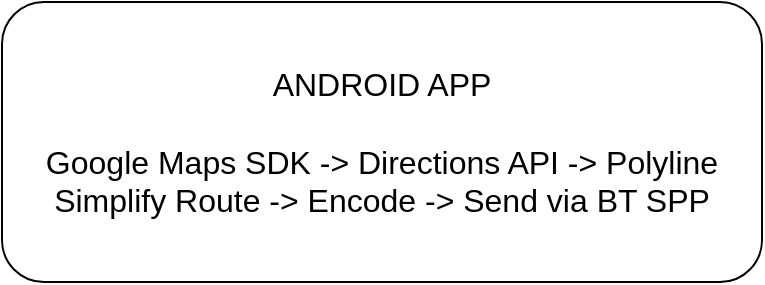
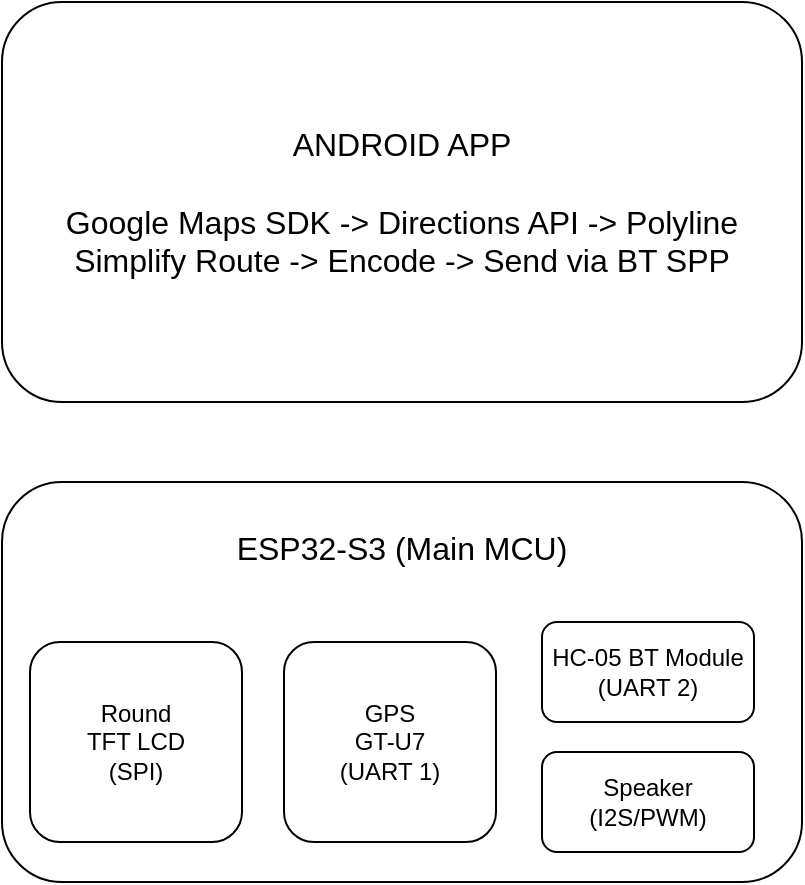
<mxfile host="app.diagrams.net">
  <diagram name="Trang-1" id="RqD0yorwkCVwHoOlSuxU">
    <mxGraphModel dx="1414" dy="831" grid="1" gridSize="10" guides="1" tooltips="1" connect="1" arrows="1" fold="1" page="1" pageScale="1" pageWidth="827" pageHeight="1169" math="0" shadow="0">
      <root>
        <mxCell id="0" />
        <mxCell id="1" parent="0" />
        <mxCell id="1PpwIGqXDAiouIa2ZDMm-1" parent="1" style="rounded=1;whiteSpace=wrap;html=1;" value="&lt;font style=&quot;font-size: 16px;&quot;&gt;ANDROID APP&lt;/font&gt;&lt;div&gt;&lt;font style=&quot;font-size: 16px;&quot;&gt;&lt;br&gt;&lt;/font&gt;&lt;div&gt;&lt;font style=&quot;font-size: 16px;&quot;&gt;Google Maps SDK -&amp;gt; Directions API -&amp;gt; Polyline&lt;/font&gt;&lt;/div&gt;&lt;/div&gt;&lt;div&gt;&lt;font style=&quot;font-size: 16px;&quot;&gt;Simplify Route -&amp;gt; Encode -&amp;gt; Send via BT SPP&lt;/font&gt;&lt;/div&gt;" vertex="1">
-           <mxGeometry height="140" width="380" x="280" y="180" as="geometry" />
+           <mxGeometry height="200" width="400" x="280" y="160" as="geometry" />
+         </mxCell>
+         <mxCell id="agEzfthz6UlqiVXz9fBP-3" parent="1" style="rounded=1;whiteSpace=wrap;html=1;" value="&lt;span style=&quot;font-size: 16px;&quot;&gt;ESP32-S3 (Main MCU)&lt;/span&gt;&lt;div&gt;&lt;span style=&quot;font-size: 16px;&quot;&gt;&lt;br&gt;&lt;/span&gt;&lt;/div&gt;&lt;div&gt;&lt;span style=&quot;font-size: 16px;&quot;&gt;&lt;br&gt;&lt;/span&gt;&lt;/div&gt;&lt;div&gt;&lt;span style=&quot;font-size: 16px;&quot;&gt;&lt;br&gt;&lt;/span&gt;&lt;/div&gt;&lt;div&gt;&lt;span style=&quot;font-size: 16px;&quot;&gt;&lt;br&gt;&lt;/span&gt;&lt;/div&gt;&lt;div&gt;&lt;span style=&quot;font-size: 16px;&quot;&gt;&lt;br&gt;&lt;/span&gt;&lt;/div&gt;&lt;div&gt;&lt;span style=&quot;font-size: 16px;&quot;&gt;&lt;br&gt;&lt;/span&gt;&lt;/div&gt;&lt;div&gt;&lt;span style=&quot;font-size: 16px;&quot;&gt;&lt;br&gt;&lt;/span&gt;&lt;/div&gt;" vertex="1">
+           <mxGeometry height="200" width="400" x="280" y="400" as="geometry" />
+         </mxCell>
+         <mxCell id="agEzfthz6UlqiVXz9fBP-4" parent="1" style="rounded=1;whiteSpace=wrap;html=1;" value="Round&lt;div&gt;TFT LCD&lt;/div&gt;&lt;div&gt;(SPI)&lt;/div&gt;" vertex="1">
+           <mxGeometry height="100" width="106" x="294" y="480" as="geometry" />
+         </mxCell>
+         <mxCell id="agEzfthz6UlqiVXz9fBP-5" parent="1" style="rounded=1;whiteSpace=wrap;html=1;" value="GPS&lt;div&gt;GT-U7&lt;/div&gt;&lt;div&gt;(UART 1)&lt;/div&gt;" vertex="1">
+           <mxGeometry height="100" width="106" x="421" y="480" as="geometry" />
+         </mxCell>
+         <mxCell id="agEzfthz6UlqiVXz9fBP-6" parent="1" style="rounded=1;whiteSpace=wrap;html=1;" value="HC-05 BT Module&lt;div&gt;(UART 2)&lt;/div&gt;" vertex="1">
+           <mxGeometry height="50" width="106" x="550" y="470" as="geometry" />
+         </mxCell>
+         <mxCell id="agEzfthz6UlqiVXz9fBP-7" parent="1" style="rounded=1;whiteSpace=wrap;html=1;" value="Speaker&lt;div&gt;(I2S/PWM)&lt;/div&gt;" vertex="1">
+           <mxGeometry height="50" width="106" x="550" y="535" as="geometry" />
        </mxCell>
      </root>
    </mxGraphModel>
  </diagram>
</mxfile>
